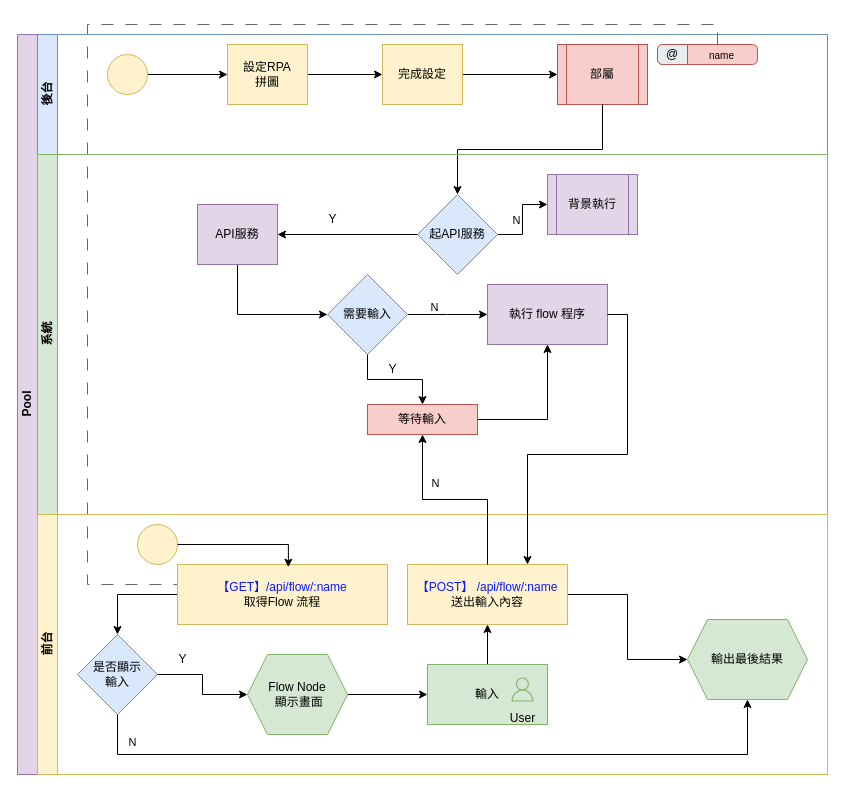
The draw.io diagram 未命名圖表.drawio in haixyeh/8queen-puzzle, before the edit. Source tidied: cells renumbered, new cells numbered last; positions are measured from the earlier drawing's top-left corner, leaving out a move shared by most shapes. Both pictures are drawn from the tidied source at 100%, with x=0, y=0 at pixel (17, 24).
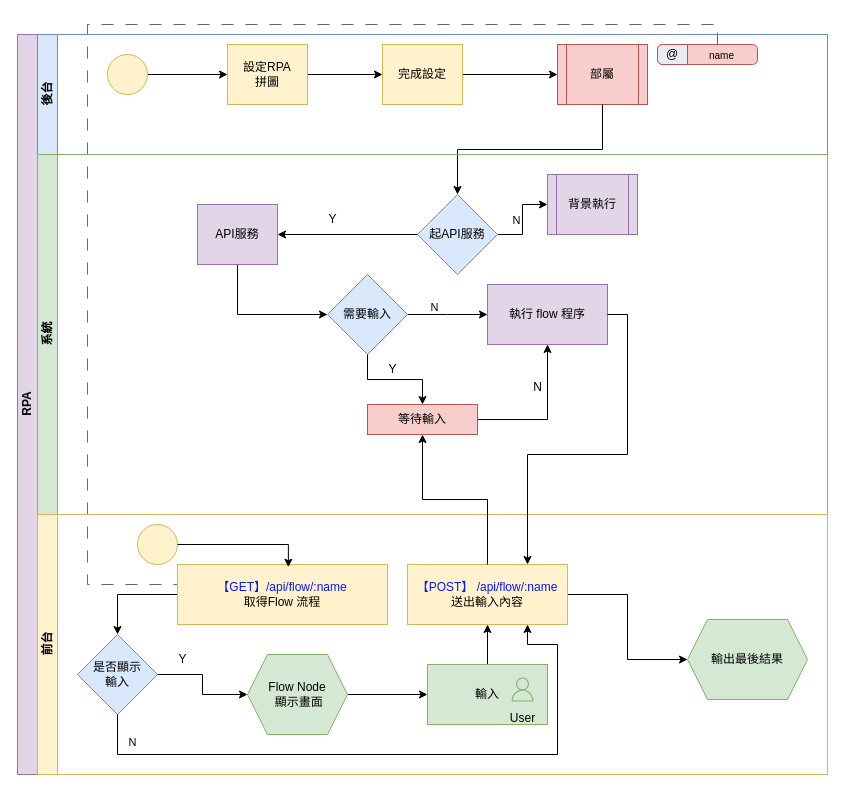
After the change.

Commit message (it also covers changes not shown here):
更新未命名圖表.drawio

Unchanged cells that the change refers to:
```xml
<mxCell id="35" value="前台" style="swimlane;html=1;startSize=20;horizontal=0;fillColor=#fff2cc;strokeColor=#d6b656;" parent="2" vertex="1">
  <mxGeometry x="20" y="480" width="790" height="260" as="geometry" />
</mxCell>
<mxCell id="39" value="是否顯示&lt;br&gt;輸入" style="rhombus;whiteSpace=wrap;html=1;fillColor=#dae8fc;strokeColor=#6c8ebf;rounded=0;" parent="35" vertex="1">
  <mxGeometry x="40" y="120" width="80" height="80" as="geometry" />
</mxCell>
<mxCell id="46" value="&lt;font color=&quot;#0818ff&quot;&gt;【POST】 /api/flow/:name&lt;/font&gt;&lt;br&gt;送出輸入內容" style="whiteSpace=wrap;html=1;fillColor=#fff2cc;strokeColor=#d6b656;rounded=0;" parent="35" vertex="1">
  <mxGeometry x="370" y="50" width="160" height="60" as="geometry" />
</mxCell>
<mxCell id="55" value="輸出最後結果" style="shape=hexagon;perimeter=hexagonPerimeter2;whiteSpace=wrap;html=1;fixedSize=1;fillColor=#d5e8d4;strokeColor=#82b366;" parent="35" vertex="1">
  <mxGeometry x="650" y="105" width="120" height="80" as="geometry" />
</mxCell>
```

What changed in the source:
```diff
@@
-    <mxCell id="2" value="Pool" style="swimlane;html=1;horizontal=0;startSize=20;fillColor=#e1d5e7;strokeColor=#9673a6;" parent="1" vertex="1">
+    <mxCell id="2" value="RPA" style="swimlane;html=1;horizontal=0;startSize=20;fillColor=#e1d5e7;strokeColor=#9673a6;" parent="1" vertex="1">
       <mxGeometry y="10" width="810" height="740" as="geometry" />
     </mxCell>
@@
-    <mxCell id="56" style="edgeStyle=orthogonalEdgeStyle;rounded=0;jettySize=auto;html=1;" parent="35" edge="1" source="39" target="55">
+    <mxCell id="56" style="edgeStyle=orthogonalEdgeStyle;rounded=0;jettySize=auto;html=1;entryX=0.75;entryY=1;entryDx=0;entryDy=0;" parent="35" edge="1" source="39" target="46">
       <mxGeometry relative="1" as="geometry">
         <Array as="points">
           <mxPoint x="80" y="240" />
-          <mxPoint x="710" y="240" />
+          <mxPoint x="520" y="240" />
+          <mxPoint x="520" y="130" />
+          <mxPoint x="490" y="130" />
         </Array>
       </mxGeometry>
     </mxCell>
@@
+    <mxCell id="61" value="N" style="edgeLabel;html=1;align=center;verticalAlign=middle;" parent="1" vertex="1">
+      <mxGeometry x="518" y="215.3" as="geometry">
+        <mxPoint x="-102" y="67" as="offset" />
+      </mxGeometry>
+    </mxCell>
-    <mxCell id="60" value="N" style="edgeLabel;html=1;align=center;verticalAlign=middle;" parent="1" vertex="1">
-      <mxGeometry x="508" y="205.3" as="geometry">
-        <mxPoint x="-91" y="253" as="offset" />
-      </mxGeometry>
+    <mxCell id="60" value="N" style="text;html=1;align=center;verticalAlign=middle;strokeColor=none;fillColor=none;" parent="1" vertex="1">
+      <mxGeometry x="505" y="348" width="30" height="30" as="geometry" />
     </mxCell>
-    <mxCell id="61" value="N" style="edgeLabel;html=1;align=center;verticalAlign=middle;" parent="1" vertex="1">
-      <mxGeometry x="518" y="215.3" as="geometry">
-        <mxPoint x="-102" y="67" as="offset" />
-      </mxGeometry>
-    </mxCell>
```
